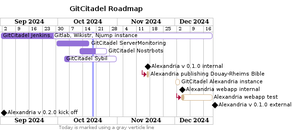
Above: plantUML/GitCitadelRoadmap.png in ShadowySupercode/gitcitadel (PlantUML), before the change.
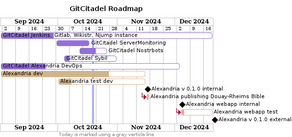
The same file after the commit.

Commit message:
Update GC Roadmap with Alex development phase

The edit, as a diff of the source:
```diff
@@ -26,23 +26,31 @@
     [GC4] starts 2024-10-04
     [GC4] ends 2024-10-31
     [GC4] is 10% completed
+[GitCitadel Alexandria DevOps] as [GC5] is colored in MediumPurple
+    [GC5] starts 2024-09-01
+    [GC5] ends 2024-12-03
+    [GC5] is 25% completed
 
 
-[Alexandria v 0.1.0 internal] as [A1] happens at 2024-11-15
-[Alexandria publishing Douay-Rheims Bible] as [A2] is colored in Tan
-    [A2] starts at [A1]'s end
-    [A2] ends at 2024-11-17
-    [A2] is 90% completed
-[GitCitadel Alexandria instance] as [GC5] is colored in Tan
-    [GC5] starts 2024-12-01
-    [GC5] ends 2024-12-03
-    [GC5] is 20% completed
-[Alexandria webapp internal] as [A3] happens at [GC5]'s end
-[Alexandria webapp test] as [A4] is colored in Tan
+[Alexandria dev] as [A1] is colored in Tan
+    [A1] starts at 2024-09-01
+    [A1] ends at 2024-11-15
+    [A1] is 75% completed
+[Alexandria test dev] as [A2] is colored in Tan
+    [A2] starts at 2024-10-01
+    [A2] ends at 2024-11-15
+    [A2] is 15% completed
+[Alexandria v 0.1.0 internal] as [A3] happens at [A1]'s end
+[Alexandria publishing Douay-Rheims Bible] as [A4] is colored in Tan
     [A4] starts at [A3]'s end
-    [A4] ends 2024-12-20
-    [A4] is 10% complete
-[Alexandria v 0.1.0 external] happens at [A4]'s end
+    [A4] ends at 2024-11-17
+    [A4] is 90% completed
+[Alexandria webapp internal] as [A5] happens at [GC5]'s end
+[Alexandria webapp test] as [A6] is colored in Tan
+    [A6] starts at [A5]'s end
+    [A6] ends 2024-12-20
+    [A6] is 10% complete
+[Alexandria v 0.1.0 external] happens at [A6]'s end
 
 [Alexandria v 0.2.0 kick off] as [A5] happens at 2024-01-11
 
```
